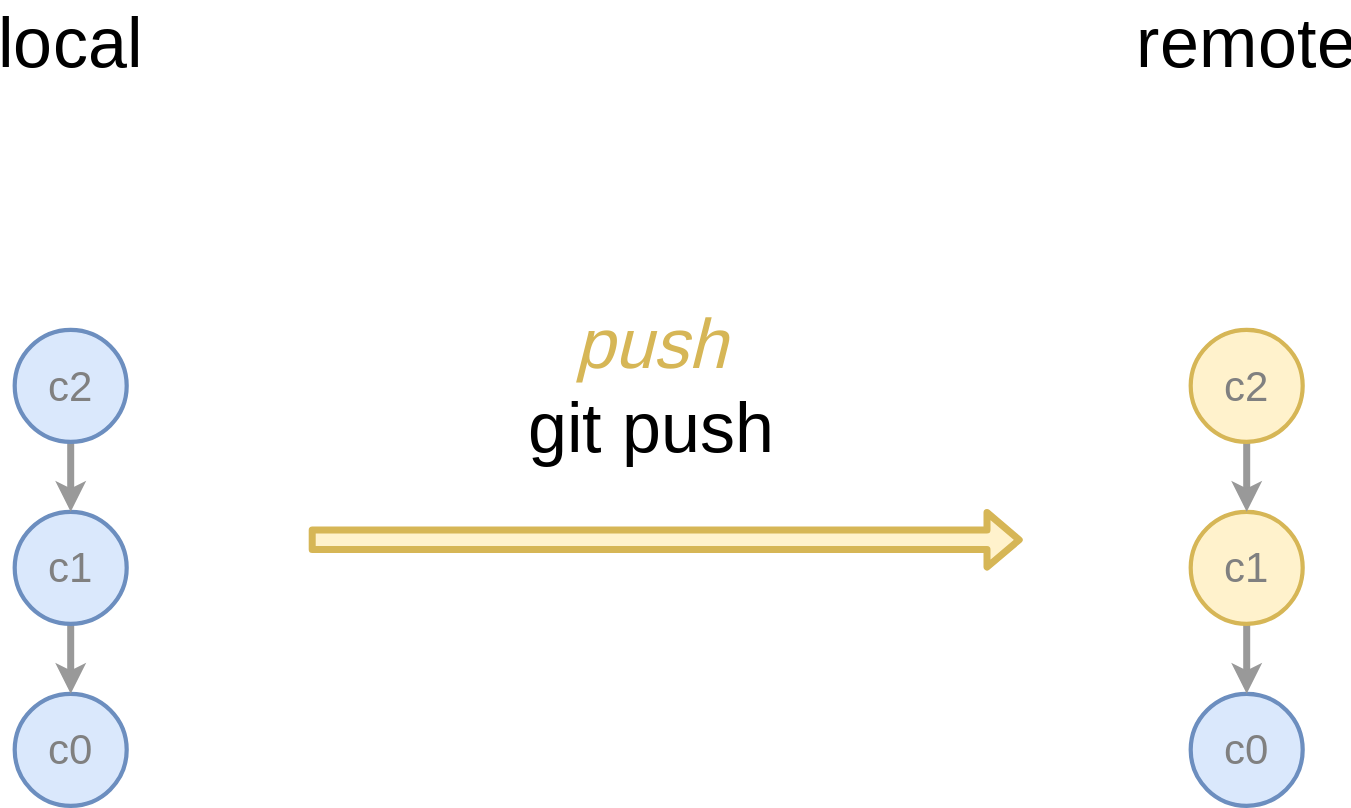
Earlier version of the draw.io export public/local-vs-remote-repos-local-changes-push.svg (tvannoy/intro-to-git). Source tidied: cells renumbered, new cells last; positions are measured from the earlier drawing's top-left corner, leaving out a move shared by most shapes. Source of this version:
```xml
<mxGraphModel>
  <root>
    <mxCell id="0" />
    <mxCell id="1" parent="0" />
    <mxCell id="2" value="c0" style="ellipse;whiteSpace=wrap;html=1;fillColor=#dae8fc;strokeColor=#6c8ebf;strokeWidth=3;fontSize=30;fontFamily=Source Sans Pro;fontSource=https%3A%2F%2Ffonts.googleapis.com%2Fcss%3Ffamily%3DSource%2BSans%2BPro;fontColor=#808080;" parent="1" vertex="1">
      <mxGeometry y="480" width="80" height="80" as="geometry" />
    </mxCell>
    <mxCell id="3" style="edgeStyle=orthogonalEdgeStyle;jettySize=auto;html=1;exitX=0.5;exitY=1;exitDx=0;exitDy=0;entryX=0.5;entryY=0;entryDx=0;entryDy=0;fontFamily=Source Sans Pro;fontSource=https%3A%2F%2Ffonts.googleapis.com%2Fcss%3Ffamily%3DSource%2BSans%2BPro;fontSize=50;curved=1;strokeColor=#999999;strokeWidth=5;" parent="1" edge="1" source="4" target="2">
      <mxGeometry relative="1" as="geometry" />
    </mxCell>
    <mxCell id="4" value="c1" style="ellipse;whiteSpace=wrap;html=1;fillColor=#dae8fc;strokeColor=#6c8ebf;strokeWidth=3;fontSize=30;fontFamily=Source Sans Pro;fontSource=https%3A%2F%2Ffonts.googleapis.com%2Fcss%3Ffamily%3DSource%2BSans%2BPro;fontColor=#808080;" parent="1" vertex="1">
      <mxGeometry y="350" width="80" height="80" as="geometry" />
    </mxCell>
    <mxCell id="5" style="edgeStyle=orthogonalEdgeStyle;curved=1;jettySize=auto;html=1;exitX=0.5;exitY=1;exitDx=0;exitDy=0;entryX=0.5;entryY=0;entryDx=0;entryDy=0;strokeColor=#999999;strokeWidth=5;fontFamily=Source Sans Pro;fontSource=https%3A%2F%2Ffonts.googleapis.com%2Fcss%3Ffamily%3DSource%2BSans%2BPro;fontSize=50;" parent="1" edge="1" source="6" target="4">
      <mxGeometry relative="1" as="geometry" />
    </mxCell>
    <mxCell id="6" value="&lt;span style=&quot;color: rgb(128, 128, 128); font-family: &amp;quot;Source Sans Pro&amp;quot;; font-size: 30px;&quot;&gt;c2&lt;/span&gt;" style="ellipse;whiteSpace=wrap;html=1;fillColor=#dae8fc;strokeColor=#6c8ebf;strokeWidth=3;" parent="1" vertex="1">
      <mxGeometry y="220" width="80" height="80" as="geometry" />
    </mxCell>
    <mxCell id="7" value="c0" style="ellipse;whiteSpace=wrap;html=1;fillColor=#dae8fc;strokeColor=#6c8ebf;strokeWidth=3;fontSize=30;fontFamily=Source Sans Pro;fontSource=https%3A%2F%2Ffonts.googleapis.com%2Fcss%3Ffamily%3DSource%2BSans%2BPro;fontColor=#808080;" parent="1" vertex="1">
      <mxGeometry x="840" y="480" width="80" height="80" as="geometry" />
    </mxCell>
    <mxCell id="8" style="edgeStyle=orthogonalEdgeStyle;curved=1;jettySize=auto;html=1;exitX=0.5;exitY=1;exitDx=0;exitDy=0;entryX=0.5;entryY=0;entryDx=0;entryDy=0;strokeColor=#999999;strokeWidth=5;fontFamily=Source Sans Pro;fontSource=https%3A%2F%2Ffonts.googleapis.com%2Fcss%3Ffamily%3DSource%2BSans%2BPro;fontSize=50;" parent="1" edge="1" source="9" target="7">
      <mxGeometry relative="1" as="geometry" />
    </mxCell>
    <mxCell id="9" value="&lt;span style=&quot;color: rgb(128, 128, 128); font-family: &amp;quot;Source Sans Pro&amp;quot;; font-size: 30px;&quot;&gt;c1&lt;/span&gt;" style="ellipse;whiteSpace=wrap;html=1;fillColor=#fff2cc;strokeColor=#d6b656;strokeWidth=3;fontSize=12;fontFamily=Helvetica;fontSource=https%3A%2F%2Ffonts.googleapis.com%2Fcss%3Ffamily%3DSource%2BSans%2BPro;" parent="1" vertex="1">
      <mxGeometry x="840" y="350" width="80" height="80" as="geometry" />
    </mxCell>
    <mxCell id="10" style="edgeStyle=orthogonalEdgeStyle;curved=1;jettySize=auto;html=1;exitX=0.5;exitY=1;exitDx=0;exitDy=0;entryX=0.5;entryY=0;entryDx=0;entryDy=0;strokeColor=#999999;strokeWidth=5;fontFamily=Source Sans Pro;fontSource=https%3A%2F%2Ffonts.googleapis.com%2Fcss%3Ffamily%3DSource%2BSans%2BPro;fontSize=50;" parent="1" edge="1" source="11" target="9">
      <mxGeometry relative="1" as="geometry" />
    </mxCell>
    <mxCell id="11" value="&lt;span style=&quot;color: rgb(128, 128, 128); font-family: &amp;quot;Source Sans Pro&amp;quot;; font-size: 30px;&quot;&gt;c2&lt;/span&gt;" style="ellipse;whiteSpace=wrap;html=1;fillColor=#fff2cc;strokeColor=#d6b656;strokeWidth=3;" parent="1" vertex="1">
      <mxGeometry x="840" y="220" width="80" height="80" as="geometry" />
    </mxCell>
    <mxCell id="12" style="shape=flexArrow;endArrow=classic;html=1;strokeColor=#d6b656;strokeWidth=5;fontFamily=Source Sans Pro;fontSource=https%3A%2F%2Ffonts.googleapis.com%2Fcss%3Ffamily%3DSource%2BSans%2BPro;fontSize=50;curved=1;fillColor=#fff2cc;" parent="1" edge="1">
      <mxGeometry relative="1" as="geometry">
        <mxPoint x="210" y="370" as="sourcePoint" />
        <mxPoint x="720" y="370" as="targetPoint" />
      </mxGeometry>
    </mxCell>
    <mxCell id="13" value="&lt;i&gt;&lt;font color=&quot;#d6b656&quot;&gt;push&lt;/font&gt;&lt;/i&gt;&lt;br&gt;&lt;font face=&quot;Source Code Pro&quot;&gt;git push&lt;/font&gt;" style="text;html=1;strokeColor=none;fillColor=none;align=center;verticalAlign=middle;whiteSpace=wrap;rounded=0;fontFamily=Source Sans Pro;fontSource=https%3A%2F%2Ffonts.googleapis.com%2Fcss%3Ffamily%3DSource%2BSans%2BPro;fontSize=50;" parent="1" vertex="1">
      <mxGeometry x="310" y="245" width="290" height="30" as="geometry" />
    </mxCell>
    <mxCell id="14" value="local" style="text;html=1;strokeColor=none;fillColor=none;align=center;verticalAlign=middle;whiteSpace=wrap;rounded=0;fontFamily=Source Sans Pro;fontSource=https%3A%2F%2Ffonts.googleapis.com%2Fcss%3Ffamily%3DSource%2BSans%2BPro;fontSize=50;" parent="1" vertex="1">
      <mxGeometry x="10" width="60" height="30" as="geometry" />
    </mxCell>
    <mxCell id="15" value="remote" style="text;html=1;strokeColor=none;fillColor=none;align=center;verticalAlign=middle;whiteSpace=wrap;rounded=0;fontFamily=Source Sans Pro;fontSource=https%3A%2F%2Ffonts.googleapis.com%2Fcss%3Ffamily%3DSource%2BSans%2BPro;fontSize=50;" parent="1" vertex="1">
      <mxGeometry x="850" width="60" height="30" as="geometry" />
    </mxCell>
  </root>
</mxGraphModel>
```
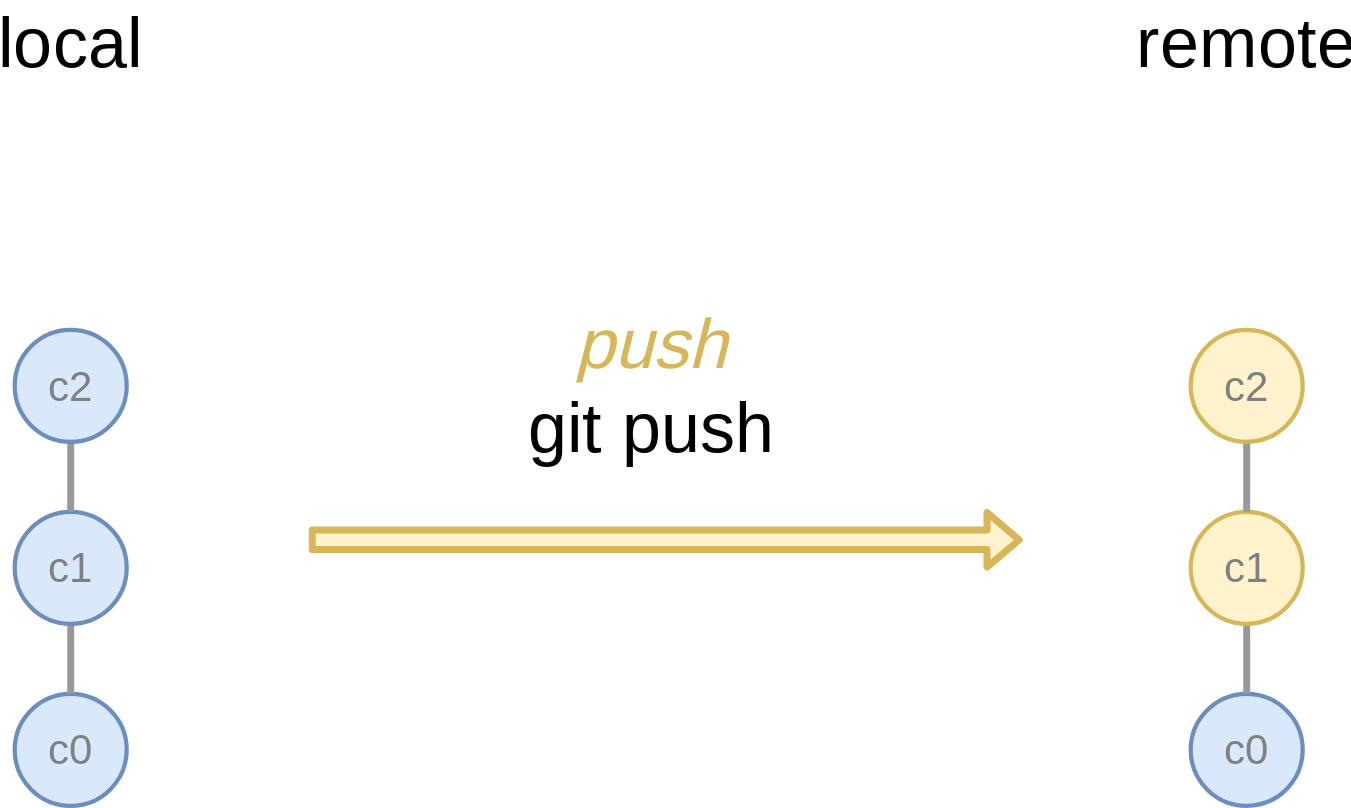
The same diagram one commit later.

What changed in the source:
```diff
@@ -5,13 +5,13 @@
     <mxCell id="2" value="c0" style="ellipse;whiteSpace=wrap;html=1;fillColor=#dae8fc;strokeColor=#6c8ebf;strokeWidth=3;fontSize=30;fontFamily=Source Sans Pro;fontSource=https%3A%2F%2Ffonts.googleapis.com%2Fcss%3Ffamily%3DSource%2BSans%2BPro;fontColor=#808080;" parent="1" vertex="1">
       <mxGeometry y="480" width="80" height="80" as="geometry" />
     </mxCell>
-    <mxCell id="3" style="edgeStyle=orthogonalEdgeStyle;jettySize=auto;html=1;exitX=0.5;exitY=1;exitDx=0;exitDy=0;entryX=0.5;entryY=0;entryDx=0;entryDy=0;fontFamily=Source Sans Pro;fontSource=https%3A%2F%2Ffonts.googleapis.com%2Fcss%3Ffamily%3DSource%2BSans%2BPro;fontSize=50;curved=1;strokeColor=#999999;strokeWidth=5;" parent="1" edge="1" source="4" target="2">
+    <mxCell id="3" style="edgeStyle=orthogonalEdgeStyle;jettySize=auto;html=1;exitX=0.5;exitY=1;exitDx=0;exitDy=0;entryX=0.5;entryY=0;entryDx=0;entryDy=0;fontFamily=Source Sans Pro;fontSource=https%3A%2F%2Ffonts.googleapis.com%2Fcss%3Ffamily%3DSource%2BSans%2BPro;fontSize=50;curved=1;strokeColor=#999999;strokeWidth=5;endArrow=none;endFill=0;" parent="1" edge="1" source="4" target="2">
       <mxGeometry relative="1" as="geometry" />
     </mxCell>
     <mxCell id="4" value="c1" style="ellipse;whiteSpace=wrap;html=1;fillColor=#dae8fc;strokeColor=#6c8ebf;strokeWidth=3;fontSize=30;fontFamily=Source Sans Pro;fontSource=https%3A%2F%2Ffonts.googleapis.com%2Fcss%3Ffamily%3DSource%2BSans%2BPro;fontColor=#808080;" parent="1" vertex="1">
       <mxGeometry y="350" width="80" height="80" as="geometry" />
     </mxCell>
-    <mxCell id="5" style="edgeStyle=orthogonalEdgeStyle;curved=1;jettySize=auto;html=1;exitX=0.5;exitY=1;exitDx=0;exitDy=0;entryX=0.5;entryY=0;entryDx=0;entryDy=0;strokeColor=#999999;strokeWidth=5;fontFamily=Source Sans Pro;fontSource=https%3A%2F%2Ffonts.googleapis.com%2Fcss%3Ffamily%3DSource%2BSans%2BPro;fontSize=50;" parent="1" edge="1" source="6" target="4">
+    <mxCell id="5" style="edgeStyle=orthogonalEdgeStyle;curved=1;jettySize=auto;html=1;exitX=0.5;exitY=1;exitDx=0;exitDy=0;entryX=0.5;entryY=0;entryDx=0;entryDy=0;strokeColor=#999999;strokeWidth=5;fontFamily=Source Sans Pro;fontSource=https%3A%2F%2Ffonts.googleapis.com%2Fcss%3Ffamily%3DSource%2BSans%2BPro;fontSize=50;endArrow=none;endFill=0;" parent="1" edge="1" source="6" target="4">
       <mxGeometry relative="1" as="geometry" />
     </mxCell>
     <mxCell id="6" value="&lt;span style=&quot;color: rgb(128, 128, 128); font-family: &amp;quot;Source Sans Pro&amp;quot;; font-size: 30px;&quot;&gt;c2&lt;/span&gt;" style="ellipse;whiteSpace=wrap;html=1;fillColor=#dae8fc;strokeColor=#6c8ebf;strokeWidth=3;" parent="1" vertex="1">
@@ -20,13 +20,13 @@
     <mxCell id="7" value="c0" style="ellipse;whiteSpace=wrap;html=1;fillColor=#dae8fc;strokeColor=#6c8ebf;strokeWidth=3;fontSize=30;fontFamily=Source Sans Pro;fontSource=https%3A%2F%2Ffonts.googleapis.com%2Fcss%3Ffamily%3DSource%2BSans%2BPro;fontColor=#808080;" parent="1" vertex="1">
       <mxGeometry x="840" y="480" width="80" height="80" as="geometry" />
     </mxCell>
-    <mxCell id="8" style="edgeStyle=orthogonalEdgeStyle;curved=1;jettySize=auto;html=1;exitX=0.5;exitY=1;exitDx=0;exitDy=0;entryX=0.5;entryY=0;entryDx=0;entryDy=0;strokeColor=#999999;strokeWidth=5;fontFamily=Source Sans Pro;fontSource=https%3A%2F%2Ffonts.googleapis.com%2Fcss%3Ffamily%3DSource%2BSans%2BPro;fontSize=50;" parent="1" edge="1" source="9" target="7">
+    <mxCell id="8" style="edgeStyle=orthogonalEdgeStyle;curved=1;jettySize=auto;html=1;exitX=0.5;exitY=1;exitDx=0;exitDy=0;entryX=0.5;entryY=0;entryDx=0;entryDy=0;strokeColor=#999999;strokeWidth=5;fontFamily=Source Sans Pro;fontSource=https%3A%2F%2Ffonts.googleapis.com%2Fcss%3Ffamily%3DSource%2BSans%2BPro;fontSize=50;endArrow=none;endFill=0;" parent="1" edge="1" source="9" target="7">
       <mxGeometry relative="1" as="geometry" />
     </mxCell>
     <mxCell id="9" value="&lt;span style=&quot;color: rgb(128, 128, 128); font-family: &amp;quot;Source Sans Pro&amp;quot;; font-size: 30px;&quot;&gt;c1&lt;/span&gt;" style="ellipse;whiteSpace=wrap;html=1;fillColor=#fff2cc;strokeColor=#d6b656;strokeWidth=3;fontSize=12;fontFamily=Helvetica;fontSource=https%3A%2F%2Ffonts.googleapis.com%2Fcss%3Ffamily%3DSource%2BSans%2BPro;" parent="1" vertex="1">
       <mxGeometry x="840" y="350" width="80" height="80" as="geometry" />
     </mxCell>
-    <mxCell id="10" style="edgeStyle=orthogonalEdgeStyle;curved=1;jettySize=auto;html=1;exitX=0.5;exitY=1;exitDx=0;exitDy=0;entryX=0.5;entryY=0;entryDx=0;entryDy=0;strokeColor=#999999;strokeWidth=5;fontFamily=Source Sans Pro;fontSource=https%3A%2F%2Ffonts.googleapis.com%2Fcss%3Ffamily%3DSource%2BSans%2BPro;fontSize=50;" parent="1" edge="1" source="11" target="9">
+    <mxCell id="10" style="edgeStyle=orthogonalEdgeStyle;curved=1;jettySize=auto;html=1;exitX=0.5;exitY=1;exitDx=0;exitDy=0;entryX=0.5;entryY=0;entryDx=0;entryDy=0;strokeColor=#999999;strokeWidth=5;fontFamily=Source Sans Pro;fontSource=https%3A%2F%2Ffonts.googleapis.com%2Fcss%3Ffamily%3DSource%2BSans%2BPro;fontSize=50;endArrow=none;endFill=0;" parent="1" edge="1" source="11" target="9">
       <mxGeometry relative="1" as="geometry" />
     </mxCell>
     <mxCell id="11" value="&lt;span style=&quot;color: rgb(128, 128, 128); font-family: &amp;quot;Source Sans Pro&amp;quot;; font-size: 30px;&quot;&gt;c2&lt;/span&gt;" style="ellipse;whiteSpace=wrap;html=1;fillColor=#fff2cc;strokeColor=#d6b656;strokeWidth=3;" parent="1" vertex="1">
```
